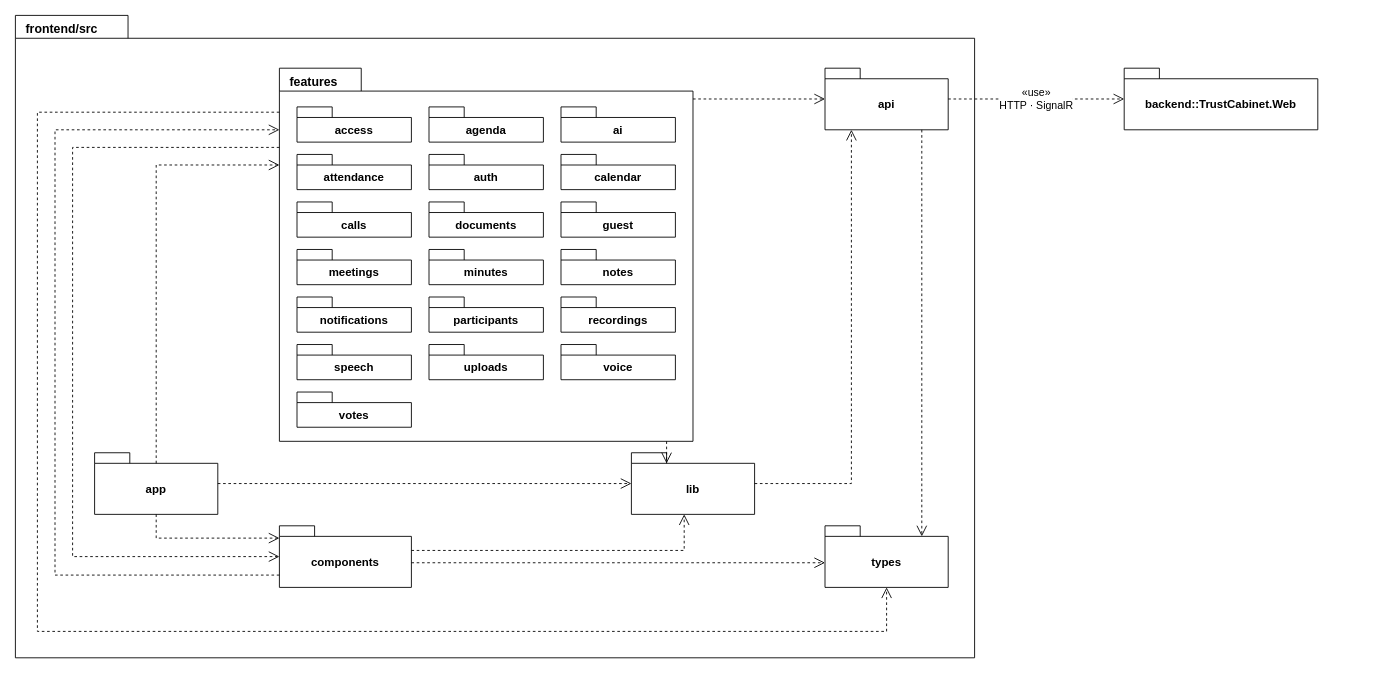
callmehai/FU-FA26-G116 keeps this draw.io diagram as docs/15-package-diagram/package-frontend.drawio. Above is the earlier version. Source tidied: cells renumbered, new cells numbered last; positions are measured from the earlier drawing's top-left corner, leaving out a move shared by most shapes. Both pictures are drawn from the tidied source at 88%, with x=0, y=0 at pixel (15, 15).
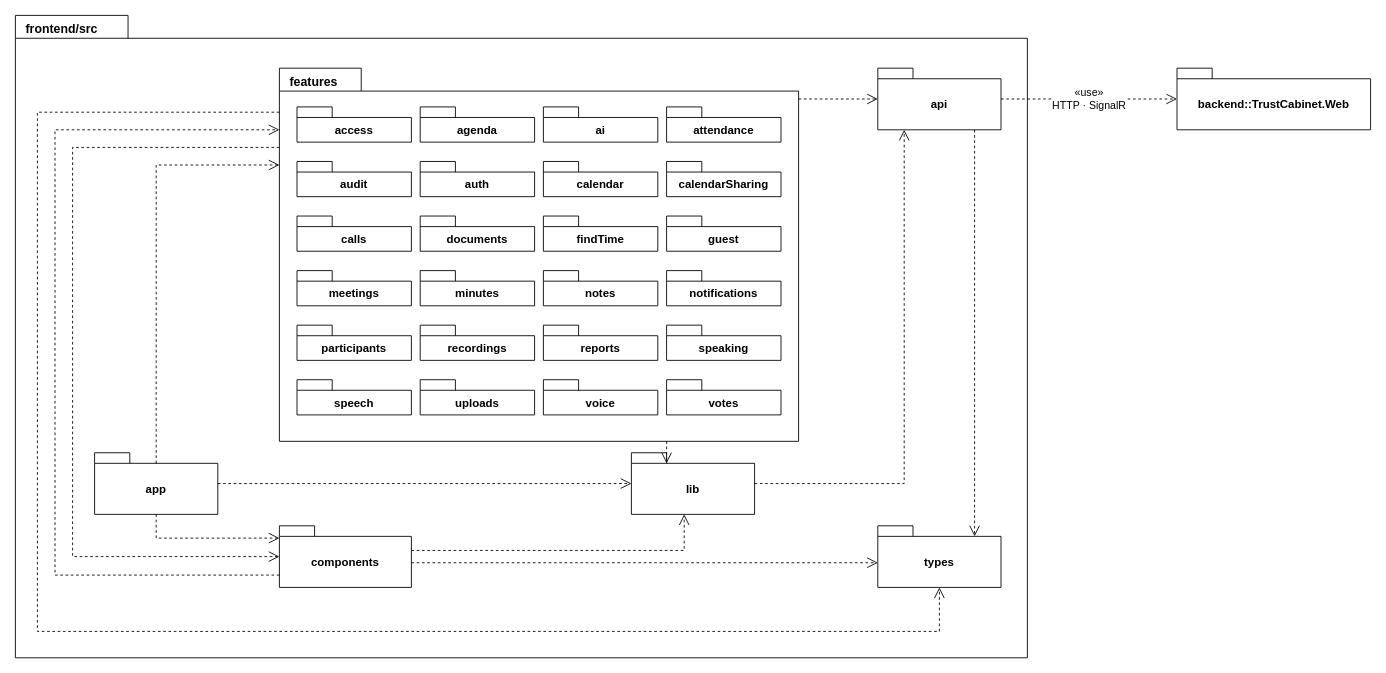
After the change.

Unchanged cells that the change refers to:
```xml
<mxCell id="25" value="lib" style="shape=folder;tabWidth=40;tabHeight=12;tabPosition=left;verticalAlign=middle;align=center;spacingTop=12;fontStyle=1;fontSize=13;html=1;whiteSpace=wrap;fillColor=#ffffff;strokeColor=#000000;fontColor=#000000;fontFamily=Helvetica;" parent="2" vertex="1">
  <mxGeometry x="700" y="497" width="140" height="70" as="geometry" />
</mxCell>
```

Change to the diagram source:
```diff
@@
     <mxCell id="2" value="frontend/src" style="shape=folder;tabWidth=128;tabHeight=26;tabPosition=left;verticalAlign=top;align=left;spacingLeft=10;spacingTop=1;fontStyle=1;fontSize=14;html=1;whiteSpace=wrap;fillColor=#ffffff;strokeColor=#000000;fontColor=#000000;fontFamily=Helvetica;" parent="1" vertex="1">
-      <mxGeometry width="1090" height="730" as="geometry" />
+      <mxGeometry width="1150" height="730" as="geometry" />
     </mxCell>
@@
     <mxCell id="4" value="features" style="shape=folder;tabWidth=93;tabHeight=26;tabPosition=left;verticalAlign=top;align=left;spacingLeft=10;spacingTop=1;fontStyle=1;fontSize=14;html=1;whiteSpace=wrap;fillColor=#ffffff;strokeColor=#000000;fontColor=#000000;fontFamily=Helvetica;" parent="2" vertex="1">
-      <mxGeometry x="300" y="60" width="470" height="424" as="geometry" />
+      <mxGeometry x="300" y="60" width="590" height="424" as="geometry" />
     </mxCell>
@@
     <mxCell id="6" value="agenda" style="shape=folder;tabWidth=40;tabHeight=12;tabPosition=left;verticalAlign=middle;align=center;spacingTop=12;fontStyle=1;fontSize=13;html=1;whiteSpace=wrap;fillColor=#ffffff;strokeColor=#000000;fontColor=#000000;fontFamily=Helvetica;" parent="4" vertex="1">
-      <mxGeometry x="170" y="44" width="130" height="40" as="geometry" />
+      <mxGeometry x="160" y="44" width="130" height="40" as="geometry" />
     </mxCell>
     <mxCell id="7" value="ai" style="shape=folder;tabWidth=40;tabHeight=12;tabPosition=left;verticalAlign=middle;align=center;spacingTop=12;fontStyle=1;fontSize=13;html=1;whiteSpace=wrap;fillColor=#ffffff;strokeColor=#000000;fontColor=#000000;fontFamily=Helvetica;" parent="4" vertex="1">
-      <mxGeometry x="320" y="44" width="130" height="40" as="geometry" />
+      <mxGeometry x="300" y="44" width="130" height="40" as="geometry" />
     </mxCell>
     <mxCell id="8" value="attendance" style="shape=folder;tabWidth=40;tabHeight=12;tabPosition=left;verticalAlign=middle;align=center;spacingTop=12;fontStyle=1;fontSize=13;html=1;whiteSpace=wrap;fillColor=#ffffff;strokeColor=#000000;fontColor=#000000;fontFamily=Helvetica;" parent="4" vertex="1">
-      <mxGeometry x="20" y="98" width="130" height="40" as="geometry" />
+      <mxGeometry x="440" y="44" width="130" height="40" as="geometry" />
     </mxCell>
+    <mxCell id="42" value="audit" style="shape=folder;tabWidth=40;tabHeight=12;tabPosition=left;verticalAlign=middle;align=center;spacingTop=12;fontStyle=1;fontSize=13;html=1;whiteSpace=wrap;fillColor=#ffffff;strokeColor=#000000;fontColor=#000000;fontFamily=Helvetica;" parent="4" vertex="1">
+      <mxGeometry x="20" y="106" width="130" height="40" as="geometry" />
+    </mxCell>
     <mxCell id="9" value="auth" style="shape=folder;tabWidth=40;tabHeight=12;tabPosition=left;verticalAlign=middle;align=center;spacingTop=12;fontStyle=1;fontSize=13;html=1;whiteSpace=wrap;fillColor=#ffffff;strokeColor=#000000;fontColor=#000000;fontFamily=Helvetica;" parent="4" vertex="1">
-      <mxGeometry x="170" y="98" width="130" height="40" as="geometry" />
+      <mxGeometry x="160" y="106" width="130" height="40" as="geometry" />
     </mxCell>
     <mxCell id="10" value="calendar" style="shape=folder;tabWidth=40;tabHeight=12;tabPosition=left;verticalAlign=middle;align=center;spacingTop=12;fontStyle=1;fontSize=13;html=1;whiteSpace=wrap;fillColor=#ffffff;strokeColor=#000000;fontColor=#000000;fontFamily=Helvetica;" parent="4" vertex="1">
-      <mxGeometry x="320" y="98" width="130" height="40" as="geometry" />
+      <mxGeometry x="300" y="106" width="130" height="40" as="geometry" />
     </mxCell>
+    <mxCell id="43" value="calendarSharing" style="shape=folder;tabWidth=40;tabHeight=12;tabPosition=left;verticalAlign=middle;align=center;spacingTop=12;fontStyle=1;fontSize=13;html=1;whiteSpace=wrap;fillColor=#ffffff;strokeColor=#000000;fontColor=#000000;fontFamily=Helvetica;" parent="4" vertex="1">
+      <mxGeometry x="440" y="106" width="130" height="40" as="geometry" />
+    </mxCell>
     <mxCell id="11" value="calls" style="shape=folder;tabWidth=40;tabHeight=12;tabPosition=left;verticalAlign=middle;align=center;spacingTop=12;fontStyle=1;fontSize=13;html=1;whiteSpace=wrap;fillColor=#ffffff;strokeColor=#000000;fontColor=#000000;fontFamily=Helvetica;" parent="4" vertex="1">
-      <mxGeometry x="20" y="152" width="130" height="40" as="geometry" />
+      <mxGeometry x="20" y="168" width="130" height="40" as="geometry" />
     </mxCell>
     <mxCell id="12" value="documents" style="shape=folder;tabWidth=40;tabHeight=12;tabPosition=left;verticalAlign=middle;align=center;spacingTop=12;fontStyle=1;fontSize=13;html=1;whiteSpace=wrap;fillColor=#ffffff;strokeColor=#000000;fontColor=#000000;fontFamily=Helvetica;" parent="4" vertex="1">
-      <mxGeometry x="170" y="152" width="130" height="40" as="geometry" />
+      <mxGeometry x="160" y="168" width="130" height="40" as="geometry" />
     </mxCell>
+    <mxCell id="44" value="findTime" style="shape=folder;tabWidth=40;tabHeight=12;tabPosition=left;verticalAlign=middle;align=center;spacingTop=12;fontStyle=1;fontSize=13;html=1;whiteSpace=wrap;fillColor=#ffffff;strokeColor=#000000;fontColor=#000000;fontFamily=Helvetica;" parent="4" vertex="1">
+      <mxGeometry x="300" y="168" width="130" height="40" as="geometry" />
+    </mxCell>
     <mxCell id="13" value="guest" style="shape=folder;tabWidth=40;tabHeight=12;tabPosition=left;verticalAlign=middle;align=center;spacingTop=12;fontStyle=1;fontSize=13;html=1;whiteSpace=wrap;fillColor=#ffffff;strokeColor=#000000;fontColor=#000000;fontFamily=Helvetica;" parent="4" vertex="1">
-      <mxGeometry x="320" y="152" width="130" height="40" as="geometry" />
+      <mxGeometry x="440" y="168" width="130" height="40" as="geometry" />
     </mxCell>
     <mxCell id="14" value="meetings" style="shape=folder;tabWidth=40;tabHeight=12;tabPosition=left;verticalAlign=middle;align=center;spacingTop=12;fontStyle=1;fontSize=13;html=1;whiteSpace=wrap;fillColor=#ffffff;strokeColor=#000000;fontColor=#000000;fontFamily=Helvetica;" parent="4" vertex="1">
-      <mxGeometry x="20" y="206" width="130" height="40" as="geometry" />
+      <mxGeometry x="20" y="230" width="130" height="40" as="geometry" />
     </mxCell>
     <mxCell id="15" value="minutes" style="shape=folder;tabWidth=40;tabHeight=12;tabPosition=left;verticalAlign=middle;align=center;spacingTop=12;fontStyle=1;fontSize=13;html=1;whiteSpace=wrap;fillColor=#ffffff;strokeColor=#000000;fontColor=#000000;fontFamily=Helvetica;" parent="4" vertex="1">
-      <mxGeometry x="170" y="206" width="130" height="40" as="geometry" />
+      <mxGeometry x="160" y="230" width="130" height="40" as="geometry" />
     </mxCell>
     <mxCell id="16" value="notes" style="shape=folder;tabWidth=40;tabHeight=12;tabPosition=left;verticalAlign=middle;align=center;spacingTop=12;fontStyle=1;fontSize=13;html=1;whiteSpace=wrap;fillColor=#ffffff;strokeColor=#000000;fontColor=#000000;fontFamily=Helvetica;" parent="4" vertex="1">
-      <mxGeometry x="320" y="206" width="130" height="40" as="geometry" />
+      <mxGeometry x="300" y="230" width="130" height="40" as="geometry" />
     </mxCell>
     <mxCell id="17" value="notifications" style="shape=folder;tabWidth=40;tabHeight=12;tabPosition=left;verticalAlign=middle;align=center;spacingTop=12;fontStyle=1;fontSize=13;html=1;whiteSpace=wrap;fillColor=#ffffff;strokeColor=#000000;fontColor=#000000;fontFamily=Helvetica;" parent="4" vertex="1">
-      <mxGeometry x="20" y="260" width="130" height="40" as="geometry" />
+      <mxGeometry x="440" y="230" width="130" height="40" as="geometry" />
     </mxCell>
     <mxCell id="18" value="participants" style="shape=folder;tabWidth=40;tabHeight=12;tabPosition=left;verticalAlign=middle;align=center;spacingTop=12;fontStyle=1;fontSize=13;html=1;whiteSpace=wrap;fillColor=#ffffff;strokeColor=#000000;fontColor=#000000;fontFamily=Helvetica;" parent="4" vertex="1">
-      <mxGeometry x="170" y="260" width="130" height="40" as="geometry" />
+      <mxGeometry x="20" y="292" width="130" height="40" as="geometry" />
     </mxCell>
     <mxCell id="19" value="recordings" style="shape=folder;tabWidth=40;tabHeight=12;tabPosition=left;verticalAlign=middle;align=center;spacingTop=12;fontStyle=1;fontSize=13;html=1;whiteSpace=wrap;fillColor=#ffffff;strokeColor=#000000;fontColor=#000000;fontFamily=Helvetica;" parent="4" vertex="1">
-      <mxGeometry x="320" y="260" width="130" height="40" as="geometry" />
+      <mxGeometry x="160" y="292" width="130" height="40" as="geometry" />
     </mxCell>
+    <mxCell id="45" value="reports" style="shape=folder;tabWidth=40;tabHeight=12;tabPosition=left;verticalAlign=middle;align=center;spacingTop=12;fontStyle=1;fontSize=13;html=1;whiteSpace=wrap;fillColor=#ffffff;strokeColor=#000000;fontColor=#000000;fontFamily=Helvetica;" parent="4" vertex="1">
+      <mxGeometry x="300" y="292" width="130" height="40" as="geometry" />
+    </mxCell>
+    <mxCell id="46" value="speaking" style="shape=folder;tabWidth=40;tabHeight=12;tabPosition=left;verticalAlign=middle;align=center;spacingTop=12;fontStyle=1;fontSize=13;html=1;whiteSpace=wrap;fillColor=#ffffff;strokeColor=#000000;fontColor=#000000;fontFamily=Helvetica;" parent="4" vertex="1">
+      <mxGeometry x="440" y="292" width="130" height="40" as="geometry" />
+    </mxCell>
     <mxCell id="20" value="speech" style="shape=folder;tabWidth=40;tabHeight=12;tabPosition=left;verticalAlign=middle;align=center;spacingTop=12;fontStyle=1;fontSize=13;html=1;whiteSpace=wrap;fillColor=#ffffff;strokeColor=#000000;fontColor=#000000;fontFamily=Helvetica;" parent="4" vertex="1">
-      <mxGeometry x="20" y="314" width="130" height="40" as="geometry" />
+      <mxGeometry x="20" y="354" width="130" height="40" as="geometry" />
     </mxCell>
     <mxCell id="21" value="uploads" style="shape=folder;tabWidth=40;tabHeight=12;tabPosition=left;verticalAlign=middle;align=center;spacingTop=12;fontStyle=1;fontSize=13;html=1;whiteSpace=wrap;fillColor=#ffffff;strokeColor=#000000;fontColor=#000000;fontFamily=Helvetica;" parent="4" vertex="1">
-      <mxGeometry x="170" y="314" width="130" height="40" as="geometry" />
+      <mxGeometry x="160" y="354" width="130" height="40" as="geometry" />
     </mxCell>
     <mxCell id="22" value="voice" style="shape=folder;tabWidth=40;tabHeight=12;tabPosition=left;verticalAlign=middle;align=center;spacingTop=12;fontStyle=1;fontSize=13;html=1;whiteSpace=wrap;fillColor=#ffffff;strokeColor=#000000;fontColor=#000000;fontFamily=Helvetica;" parent="4" vertex="1">
-      <mxGeometry x="320" y="314" width="130" height="40" as="geometry" />
+      <mxGeometry x="300" y="354" width="130" height="40" as="geometry" />
     </mxCell>
     <mxCell id="23" value="votes" style="shape=folder;tabWidth=40;tabHeight=12;tabPosition=left;verticalAlign=middle;align=center;spacingTop=12;fontStyle=1;fontSize=13;html=1;whiteSpace=wrap;fillColor=#ffffff;strokeColor=#000000;fontColor=#000000;fontFamily=Helvetica;" parent="4" vertex="1">
-      <mxGeometry x="20" y="368" width="130" height="40" as="geometry" />
+      <mxGeometry x="440" y="354" width="130" height="40" as="geometry" />
     </mxCell>
@@
     <mxCell id="26" value="api" style="shape=folder;tabWidth=40;tabHeight=12;tabPosition=left;verticalAlign=middle;align=center;spacingTop=12;fontStyle=1;fontSize=13;html=1;whiteSpace=wrap;fillColor=#ffffff;strokeColor=#000000;fontColor=#000000;fontFamily=Helvetica;" parent="2" vertex="1">
-      <mxGeometry x="920" y="60" width="140" height="70" as="geometry" />
+      <mxGeometry x="980" y="60" width="140" height="70" as="geometry" />
     </mxCell>
     <mxCell id="27" value="types" style="shape=folder;tabWidth=40;tabHeight=12;tabPosition=left;verticalAlign=middle;align=center;spacingTop=12;fontStyle=1;fontSize=13;html=1;whiteSpace=wrap;fillColor=#ffffff;strokeColor=#000000;fontColor=#000000;fontFamily=Helvetica;" parent="2" vertex="1">
-      <mxGeometry x="920" y="580" width="140" height="70" as="geometry" />
+      <mxGeometry x="980" y="580" width="140" height="70" as="geometry" />
     </mxCell>
     <mxCell id="28" value="backend::TrustCabinet.Web" style="shape=folder;tabWidth=40;tabHeight=12;tabPosition=left;verticalAlign=middle;align=center;spacingTop=12;fontStyle=1;fontSize=13;html=1;whiteSpace=wrap;fillColor=#ffffff;strokeColor=#000000;fontColor=#000000;fontFamily=Helvetica;" parent="1" vertex="1">
-      <mxGeometry x="1260" y="60" width="220" height="70" as="geometry" />
+      <mxGeometry x="1320" y="60" width="220" height="70" as="geometry" />
     </mxCell>
@@
     <mxCell id="32" style="endArrow=open;endFill=0;endSize=10;dashed=1;rounded=0;html=1;strokeColor=#000000;fontColor=#000000;fontFamily=Helvetica;fontSize=12;labelBackgroundColor=#ffffff;exitX=0;exitY=0.1179;exitDx=0;exitDy=0;exitPerimeter=0;entryX=0.5;entryY=1;entryDx=0;entryDy=0;entryPerimeter=0;" parent="1" edge="1" source="4" target="27">
       <mxGeometry relative="1" as="geometry">
         <Array as="points">
           <mxPoint x="25" y="110" />
           <mxPoint x="25" y="700" />
-          <mxPoint x="990" y="700" />
+          <mxPoint x="1050" y="700" />
         </Array>
       </mxGeometry>
     </mxCell>
@@
-    <mxCell id="36" style="endArrow=open;endFill=0;endSize=10;dashed=1;rounded=0;html=1;strokeColor=#000000;fontColor=#000000;fontFamily=Helvetica;fontSize=12;labelBackgroundColor=#ffffff;exitX=0.9362;exitY=1;exitDx=0;exitDy=0;exitPerimeter=0;entryX=0.2857;entryY=0.1714;entryDx=0;entryDy=0;entryPerimeter=0;" parent="1" edge="1" source="4" target="25">
+    <mxCell id="36" style="endArrow=open;endFill=0;endSize=10;dashed=1;rounded=0;html=1;strokeColor=#000000;fontColor=#000000;fontFamily=Helvetica;fontSize=12;labelBackgroundColor=#ffffff;exitX=0.7458;exitY=1;exitDx=0;exitDy=0;exitPerimeter=0;entryX=0.2857;entryY=0.1714;entryDx=0;entryDy=0;entryPerimeter=0;" parent="1" edge="1" source="4" target="25">
       <mxGeometry relative="1" as="geometry" />
     </mxCell>
@@
     <mxCell id="39" style="endArrow=open;endFill=0;endSize=10;dashed=1;rounded=0;html=1;strokeColor=#000000;fontColor=#000000;fontFamily=Helvetica;fontSize=12;labelBackgroundColor=#ffffff;exitX=1;exitY=0.5;exitDx=0;exitDy=0;exitPerimeter=0;entryX=0.2143;entryY=1;entryDx=0;entryDy=0;entryPerimeter=0;" parent="1" edge="1" source="25" target="26">
       <mxGeometry relative="1" as="geometry">
         <Array as="points">
-          <mxPoint x="950" y="532" />
+          <mxPoint x="1010" y="532" />
         </Array>
       </mxGeometry>
     </mxCell>
```
